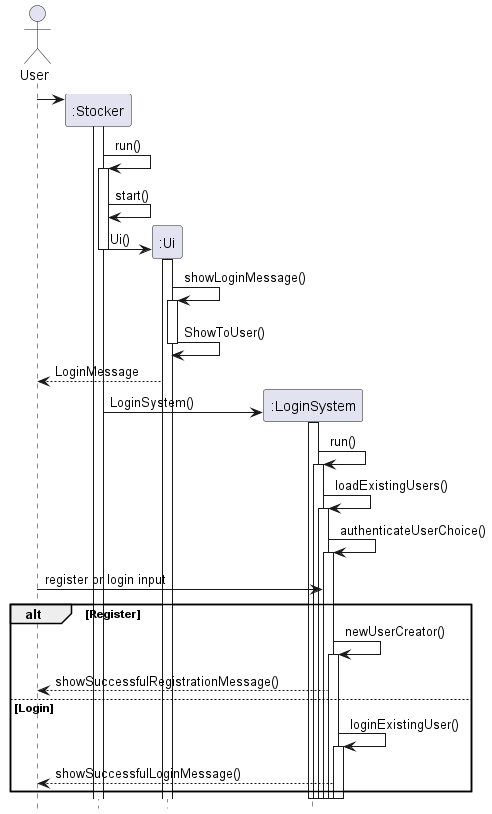
Before: docs/UML Diagrams/StockerToLoginSystem.png, a diagram exported from PlantUML (nus-cs2113-AY2324S1/tp).
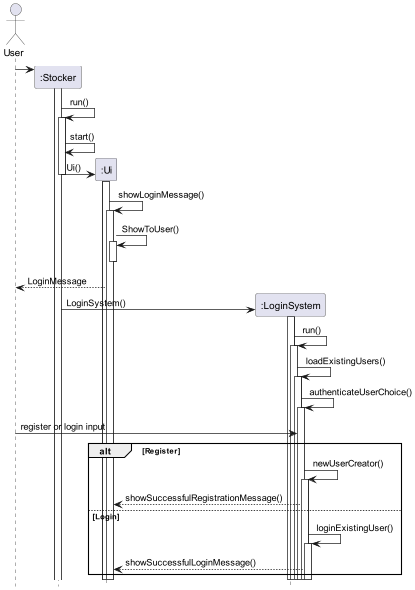
Later version of the same file.

What changed in the source:
```diff
@@ -20,6 +20,7 @@
 Ui -> Ui : showLoginMessage()
 activate Ui
 Ui -> Ui : ShowToUser()
+activate Ui
 deactivate Ui
 Ui --> User : LoginMessage
 
@@ -38,14 +39,16 @@
 
 LoginSystem -> LoginSystem : newUserCreator()
 activate LoginSystem
-LoginSystem --> User : showSuccessfulRegistrationMessage()
+LoginSystem --> Ui : showSuccessfulRegistrationMessage()
 
 else Login
 LoginSystem ->LoginSystem : loginExistingUser()
 activate LoginSystem
-LoginSystem --> User: showSuccessfulLoginMessage()
+LoginSystem --> Ui: showSuccessfulLoginMessage()
 
 end
+deactivate Ui
+deactivate Ui
 deactivate LoginSystem
 
 deactivate LoginSystem
```
